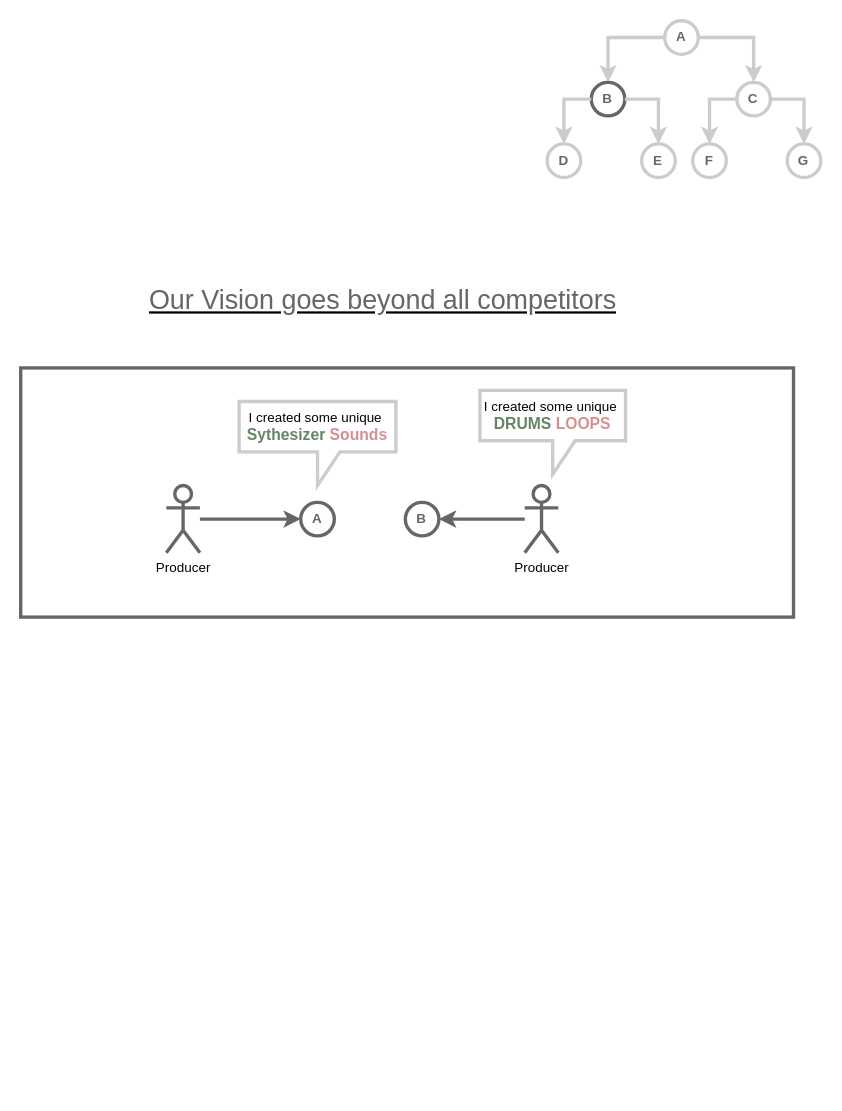
Before: Vision.drawio in maximilian-mintchev/Diagrams, a draw.io diagram. Source tidied: cells renumbered, new cells numbered last; positions are measured from the earlier drawing's top-left corner, leaving out a move shared by most shapes. Both pictures are drawn from the tidied source at 112%, with x=0, y=0 at pixel (20, 20). Pictures stored in the file or linked from it are replaced by grey dashed boxes.
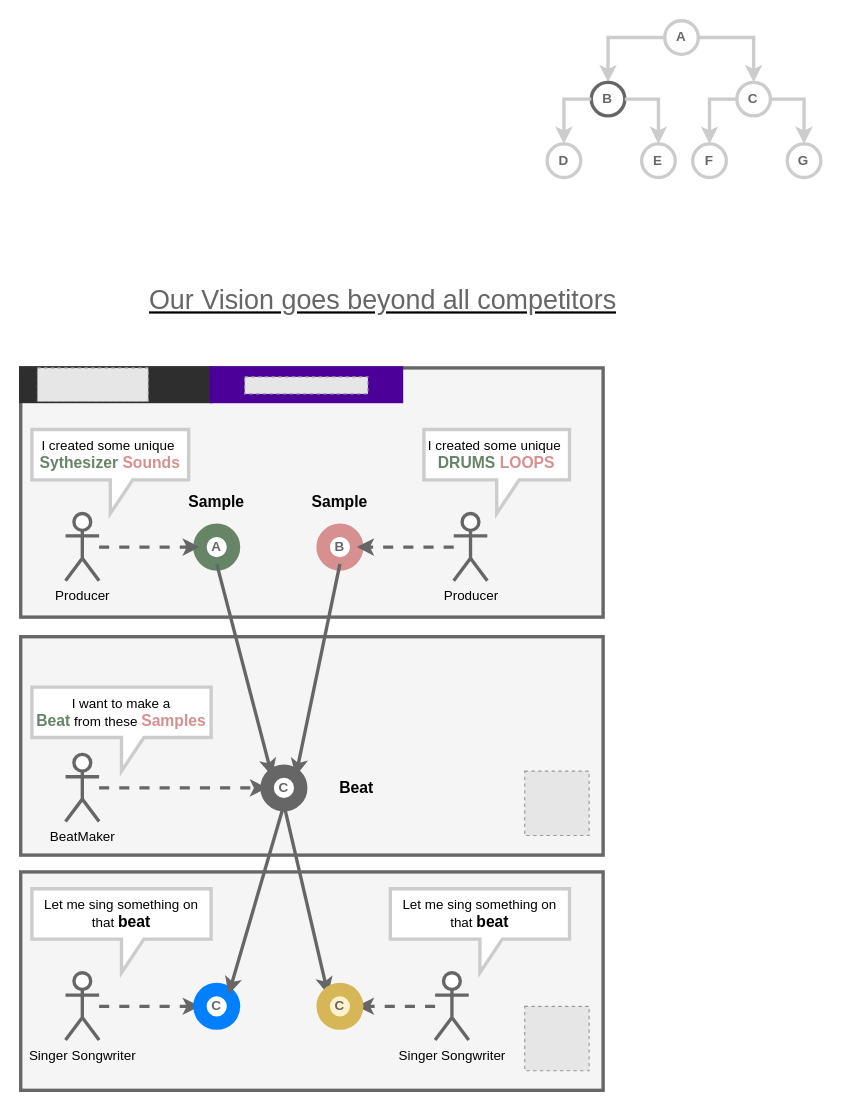
Above is the later version.

The edit, as a diff of the source:
```diff
@@
-    <mxCell id="2" style="rounded=0;whiteSpace=wrap;html=1;strokeColor=#666666;strokeWidth=3;" parent="1" vertex="1">
-      <mxGeometry y="310" width="690" height="222.5" as="geometry" />
+    <mxCell id="2" style="rounded=0;whiteSpace=wrap;html=1;strokeColor=#666666;strokeWidth=3;fillColor=#f5f5f5;fontColor=#333333;" parent="1" vertex="1">
+      <mxGeometry y="310" width="520" height="222.5" as="geometry" />
     </mxCell>
@@
-    <mxCell id="17" value="&lt;font color=&quot;#666666&quot;&gt;&lt;b&gt;A&lt;/b&gt;&lt;/font&gt;" style="ellipse;whiteSpace=wrap;html=1;strokeWidth=3;strokeColor=#666666;" parent="1" vertex="1">
-      <mxGeometry x="250" y="430" width="30" height="30" as="geometry" />
+    <mxCell id="17" value="&lt;font color=&quot;#666666&quot;&gt;&lt;b&gt;A&lt;/b&gt;&lt;/font&gt;" style="ellipse;whiteSpace=wrap;html=1;strokeWidth=12;strokeColor=#658566;" parent="1" vertex="1">
+      <mxGeometry x="160" y="455" width="30" height="30" as="geometry" />
     </mxCell>
-    <mxCell id="18" value="&lt;font color=&quot;#666666&quot;&gt;&lt;b&gt;B&lt;/b&gt;&lt;/font&gt;" style="ellipse;whiteSpace=wrap;html=1;strokeWidth=3;strokeColor=#666666;" parent="1" vertex="1">
-      <mxGeometry x="343.4" y="430" width="30" height="30" as="geometry" />
+    <mxCell id="18" value="&lt;font color=&quot;#666666&quot;&gt;&lt;b&gt;B&lt;/b&gt;&lt;/font&gt;" style="ellipse;whiteSpace=wrap;html=1;strokeWidth=12;strokeColor=#D69090;" parent="1" vertex="1">
+      <mxGeometry x="270" y="455" width="30" height="30" as="geometry" />
     </mxCell>
@@
     <mxCell id="20" value="I created some unique&amp;nbsp;&lt;br&gt;&lt;b&gt;&lt;font style=&quot;font-size: 14px&quot;&gt;&lt;font color=&quot;#658566&quot;&gt;DRUMS&lt;/font&gt; &lt;font color=&quot;#d69090&quot;&gt;LOOPS&lt;/font&gt;&lt;/font&gt;&lt;/b&gt;" style="shape=callout;whiteSpace=wrap;html=1;perimeter=calloutPerimeter;strokeColor=#CCCCCC;strokeWidth=3;" parent="1" vertex="1">
-      <mxGeometry x="410" y="330" width="130" height="75" as="geometry" />
+      <mxGeometry x="360" y="365" width="130" height="75" as="geometry" />
     </mxCell>
-    <mxCell id="21" style="edgeStyle=orthogonalEdgeStyle;rounded=0;jettySize=auto;html=1;strokeWidth=3;strokeColor=#666666;" parent="1" edge="1" source="22" target="18">
+    <mxCell id="21" style="edgeStyle=orthogonalEdgeStyle;rounded=0;jettySize=auto;html=1;strokeWidth=3;strokeColor=#666666;dashed=1;" parent="1" edge="1" source="22" target="18">
       <mxGeometry relative="1" as="geometry" />
     </mxCell>
     <mxCell id="22" value="Producer" style="shape=umlActor;verticalLabelPosition=bottom;verticalAlign=top;html=1;outlineConnect=0;strokeColor=#666666;strokeWidth=3;" parent="1" vertex="1">
-      <mxGeometry x="450" y="415" width="30" height="60" as="geometry" />
+      <mxGeometry x="386.6" y="440" width="30" height="60" as="geometry" />
     </mxCell>
-    <mxCell id="23" style="edgeStyle=orthogonalEdgeStyle;rounded=0;jettySize=auto;html=1;strokeWidth=3;strokeColor=#666666;" parent="1" edge="1" source="24" target="17">
+    <mxCell id="23" style="edgeStyle=orthogonalEdgeStyle;rounded=0;jettySize=auto;html=1;strokeWidth=3;strokeColor=#666666;dashed=1;" parent="1" edge="1" source="24" target="17">
       <mxGeometry relative="1" as="geometry" />
     </mxCell>
     <mxCell id="24" value="Producer" style="shape=umlActor;verticalLabelPosition=bottom;verticalAlign=top;html=1;outlineConnect=0;strokeColor=#666666;strokeWidth=3;" parent="1" vertex="1">
-      <mxGeometry x="130" y="415" width="30" height="60" as="geometry" />
+      <mxGeometry x="40" y="440" width="30" height="60" as="geometry" />
     </mxCell>
     <mxCell id="25" value="I created some unique&amp;nbsp;&lt;br&gt;&lt;b&gt;&lt;font style=&quot;font-size: 14px&quot;&gt;&lt;font color=&quot;#658566&quot;&gt;Sythesizer&lt;/font&gt;&amp;nbsp;&lt;font color=&quot;#d69090&quot;&gt;Sounds&lt;/font&gt;&lt;/font&gt;&lt;/b&gt;" style="shape=callout;whiteSpace=wrap;html=1;perimeter=calloutPerimeter;strokeColor=#CCCCCC;strokeWidth=3;" parent="1" vertex="1">
-      <mxGeometry x="195" y="340" width="140" height="75" as="geometry" />
+      <mxGeometry x="10" y="365" width="140" height="75" as="geometry" />
     </mxCell>
+    <mxCell id="26" style="rounded=0;whiteSpace=wrap;html=1;strokeColor=#666666;strokeWidth=3;fillColor=#f5f5f5;fontColor=#333333;" parent="1" vertex="1">
+      <mxGeometry y="550" width="520" height="195" as="geometry" />
+    </mxCell>
+    <mxCell id="27" style="group;" parent="1" vertex="1">
+      <mxGeometry y="310" width="170" height="30" as="geometry" />
+    </mxCell>
+    <mxCell id="28" style="rounded=0;whiteSpace=wrap;html=1;strokeWidth=3;strokeColor=#2E2E2E;fillColor=#2E2E2E;" parent="27" vertex="1">
+      <mxGeometry width="170" height="30" as="geometry" />
+    </mxCell>
+    <mxCell id="29" style="fillColor=#E6E6E6;strokeColor=#999999;dashed=1;verticalLabelPosition=bottom;labelBackgroundColor=#ffffff;verticalAlign=top;" parent="27" vertex="1">
+      <mxGeometry x="14.9" width="99" height="30" as="geometry" />
+    </mxCell>
+    <mxCell id="30" style="edgeStyle=orthogonalEdgeStyle;rounded=0;jettySize=auto;html=1;entryX=0;entryY=0.5;entryDx=0;entryDy=0;strokeColor=#666666;strokeWidth=3;dashed=1;" parent="1" edge="1" source="31" target="36">
+      <mxGeometry relative="1" as="geometry" />
+    </mxCell>
+    <mxCell id="31" value="BeatMaker" style="shape=umlActor;verticalLabelPosition=bottom;verticalAlign=top;html=1;outlineConnect=0;strokeColor=#666666;strokeWidth=3;" parent="1" vertex="1">
+      <mxGeometry x="40" y="655" width="30" height="60" as="geometry" />
+    </mxCell>
+    <mxCell id="32" value="I want to make a &lt;br&gt;&lt;b&gt;&lt;font style=&quot;font-size: 14px&quot; color=&quot;#658566&quot;&gt;Beat&lt;/font&gt;&lt;/b&gt; from these &lt;b&gt;&lt;font color=&quot;#d69090&quot; style=&quot;font-size: 14px&quot;&gt;Samples&lt;/font&gt;&lt;/b&gt;" style="shape=callout;whiteSpace=wrap;html=1;perimeter=calloutPerimeter;strokeColor=#CCCCCC;strokeWidth=3;" parent="1" vertex="1">
+      <mxGeometry x="10" y="595" width="160" height="75" as="geometry" />
+    </mxCell>
+    <mxCell id="33" style="group;" parent="1" vertex="1">
+      <mxGeometry x="170" y="310" width="170" height="30" as="geometry" />
+    </mxCell>
+    <mxCell id="34" style="rounded=0;whiteSpace=wrap;html=1;strokeWidth=3;fillColor=#4C0099;strokeColor=#4C0099;" parent="33" vertex="1">
+      <mxGeometry width="170" height="30" as="geometry" />
+    </mxCell>
+    <mxCell id="35" style="fillColor=#E6E6E6;strokeColor=#999999;dashed=1;verticalLabelPosition=bottom;labelBackgroundColor=#ffffff;verticalAlign=top;" parent="33" vertex="1">
+      <mxGeometry x="30" y="8" width="110" height="15.2" as="geometry" />
+    </mxCell>
+    <mxCell id="36" value="&lt;font color=&quot;#666666&quot;&gt;&lt;b&gt;C&lt;/b&gt;&lt;/font&gt;" style="ellipse;whiteSpace=wrap;html=1;strokeWidth=12;strokeColor=#666666;" parent="1" vertex="1">
+      <mxGeometry x="220" y="670" width="30" height="30" as="geometry" />
+    </mxCell>
+    <mxCell id="37" style="endArrow=classic;html=1;strokeColor=#666666;strokeWidth=3;exitX=0.5;exitY=1;exitDx=0;exitDy=0;entryX=0;entryY=0;entryDx=0;entryDy=0;" parent="1" edge="1" source="17" target="36">
+      <mxGeometry relative="1" as="geometry" />
+    </mxCell>
+    <mxCell id="38" style="endArrow=classic;html=1;strokeColor=#666666;strokeWidth=3;exitX=0.5;exitY=1;exitDx=0;exitDy=0;entryX=1;entryY=0;entryDx=0;entryDy=0;" parent="1" edge="1" source="18" target="36">
+      <mxGeometry relative="1" as="geometry" />
+    </mxCell>
+    <mxCell id="39" value="&lt;font style=&quot;font-size: 14px&quot;&gt;&lt;b&gt;Sample&lt;/b&gt;&lt;/font&gt;" style="text;html=1;strokeColor=none;fillColor=none;align=center;verticalAlign=middle;whiteSpace=wrap;rounded=0;" parent="1" vertex="1">
+      <mxGeometry x="145" y="420" width="60" height="20" as="geometry" />
+    </mxCell>
+    <mxCell id="40" value="&lt;font style=&quot;font-size: 14px&quot;&gt;&lt;b&gt;Sample&lt;/b&gt;&lt;/font&gt;" style="text;html=1;strokeColor=none;fillColor=none;align=center;verticalAlign=middle;whiteSpace=wrap;rounded=0;" parent="1" vertex="1">
+      <mxGeometry x="255" y="420" width="60" height="20" as="geometry" />
+    </mxCell>
+    <mxCell id="41" style="rounded=0;whiteSpace=wrap;html=1;strokeColor=#666666;strokeWidth=3;fillColor=#f5f5f5;fontColor=#333333;" parent="1" vertex="1">
+      <mxGeometry y="760" width="520" height="195" as="geometry" />
+    </mxCell>
+    <mxCell id="42" value="&lt;font style=&quot;font-size: 14px&quot;&gt;&lt;b&gt;Beat&lt;/b&gt;&lt;/font&gt;" style="text;html=1;strokeColor=none;fillColor=none;align=center;verticalAlign=middle;whiteSpace=wrap;rounded=0;" parent="1" vertex="1">
+      <mxGeometry x="270" y="675" width="60" height="20" as="geometry" />
+    </mxCell>
+    <mxCell id="43" style="fillColor=#E6E6E6;strokeColor=#999999;dashed=1;verticalLabelPosition=bottom;labelBackgroundColor=#ffffff;verticalAlign=top;" parent="1" vertex="1">
+      <mxGeometry x="450" y="670" width="57.5" height="57.5" as="geometry" />
+    </mxCell>
+    <mxCell id="44" style="edgeStyle=orthogonalEdgeStyle;rounded=0;jettySize=auto;html=1;dashed=1;strokeColor=#666666;strokeWidth=3;" parent="1" edge="1" source="45" target="47">
+      <mxGeometry relative="1" as="geometry" />
+    </mxCell>
+    <mxCell id="45" value="Singer Songwriter" style="shape=umlActor;verticalLabelPosition=bottom;verticalAlign=top;html=1;outlineConnect=0;strokeColor=#666666;strokeWidth=3;" parent="1" vertex="1">
+      <mxGeometry x="40" y="850" width="30" height="60" as="geometry" />
+    </mxCell>
+    <mxCell id="46" value="Let me sing something on that &lt;b&gt;&lt;font style=&quot;font-size: 14px&quot;&gt;beat&lt;/font&gt;&lt;/b&gt;" style="shape=callout;whiteSpace=wrap;html=1;perimeter=calloutPerimeter;strokeColor=#CCCCCC;strokeWidth=3;" parent="1" vertex="1">
+      <mxGeometry x="10" y="775" width="160" height="75" as="geometry" />
+    </mxCell>
+    <mxCell id="47" value="&lt;font color=&quot;#666666&quot;&gt;&lt;b&gt;C&lt;/b&gt;&lt;/font&gt;" style="ellipse;whiteSpace=wrap;html=1;strokeWidth=12;strokeColor=#007FFF;" parent="1" vertex="1">
+      <mxGeometry x="160" y="865" width="30" height="30" as="geometry" />
+    </mxCell>
+    <mxCell id="48" style="edgeStyle=orthogonalEdgeStyle;rounded=0;jettySize=auto;html=1;dashed=1;strokeColor=#666666;strokeWidth=3;" parent="1" edge="1" source="49" target="52">
+      <mxGeometry relative="1" as="geometry" />
+    </mxCell>
+    <mxCell id="49" value="Singer Songwriter" style="shape=umlActor;verticalLabelPosition=bottom;verticalAlign=top;html=1;outlineConnect=0;strokeColor=#666666;strokeWidth=3;" parent="1" vertex="1">
+      <mxGeometry x="370" y="850" width="30" height="60" as="geometry" />
+    </mxCell>
+    <mxCell id="50" style="endArrow=classic;html=1;strokeColor=#666666;strokeWidth=3;exitX=0.5;exitY=1;exitDx=0;exitDy=0;entryX=1;entryY=0;entryDx=0;entryDy=0;" parent="1" edge="1" source="36" target="47">
+      <mxGeometry relative="1" as="geometry" />
+    </mxCell>
+    <mxCell id="51" style="endArrow=classic;html=1;strokeColor=#666666;strokeWidth=3;exitX=0.5;exitY=1;exitDx=0;exitDy=0;entryX=0;entryY=0;entryDx=0;entryDy=0;" parent="1" edge="1" source="36" target="52">
+      <mxGeometry relative="1" as="geometry" />
+    </mxCell>
+    <mxCell id="52" value="&lt;font color=&quot;#666666&quot;&gt;&lt;b&gt;C&lt;/b&gt;&lt;/font&gt;" style="ellipse;whiteSpace=wrap;html=1;strokeWidth=12;strokeColor=#d6b656;fillColor=#fff2cc;" parent="1" vertex="1">
+      <mxGeometry x="270" y="865" width="30" height="30" as="geometry" />
+    </mxCell>
+    <mxCell id="53" style="fillColor=#E6E6E6;strokeColor=#999999;dashed=1;verticalLabelPosition=bottom;labelBackgroundColor=#ffffff;verticalAlign=top;" parent="1" vertex="1">
+      <mxGeometry x="450" y="880" width="57.5" height="57.5" as="geometry" />
+    </mxCell>
+    <mxCell id="54" value="Let me sing something on that &lt;b&gt;&lt;font style=&quot;font-size: 14px&quot;&gt;beat&lt;/font&gt;&lt;/b&gt;" style="shape=callout;whiteSpace=wrap;html=1;perimeter=calloutPerimeter;strokeColor=#CCCCCC;strokeWidth=3;" parent="1" vertex="1">
+      <mxGeometry x="330" y="775" width="160" height="75" as="geometry" />
+    </mxCell>
```
